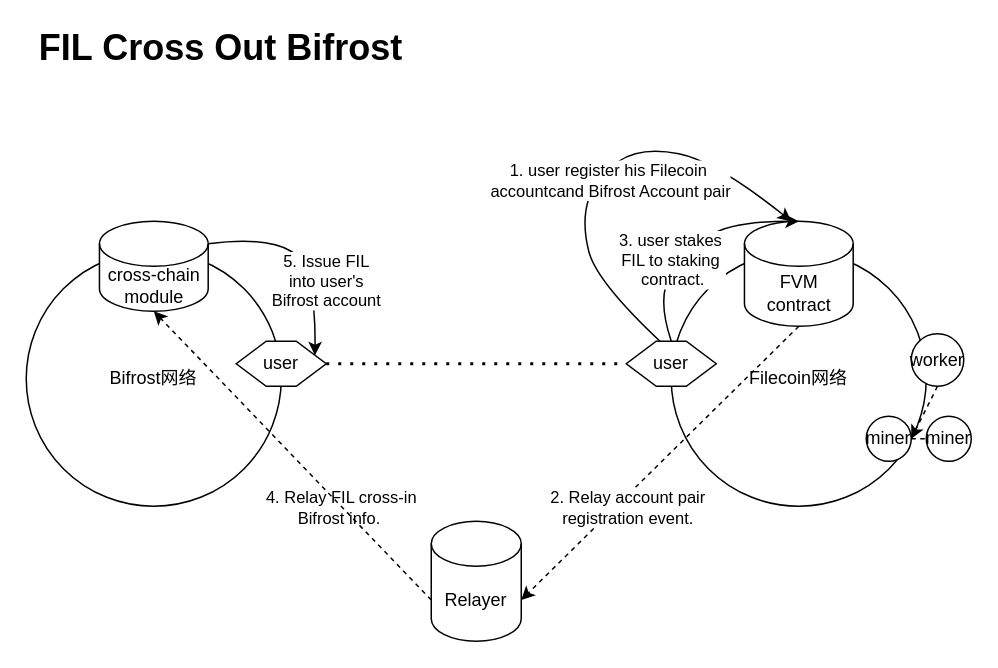
herryho/flowchars keeps this draw.io diagram as vfil-crossout-fvm.drawio. Above is the earlier version. Source tidied: cells renumbered, new cells numbered last; positions are measured from the earlier drawing's top-left corner, leaving out a move shared by most shapes. Both pictures are drawn from the tidied source at 150%, with x=0, y=0 at pixel (26, 26).
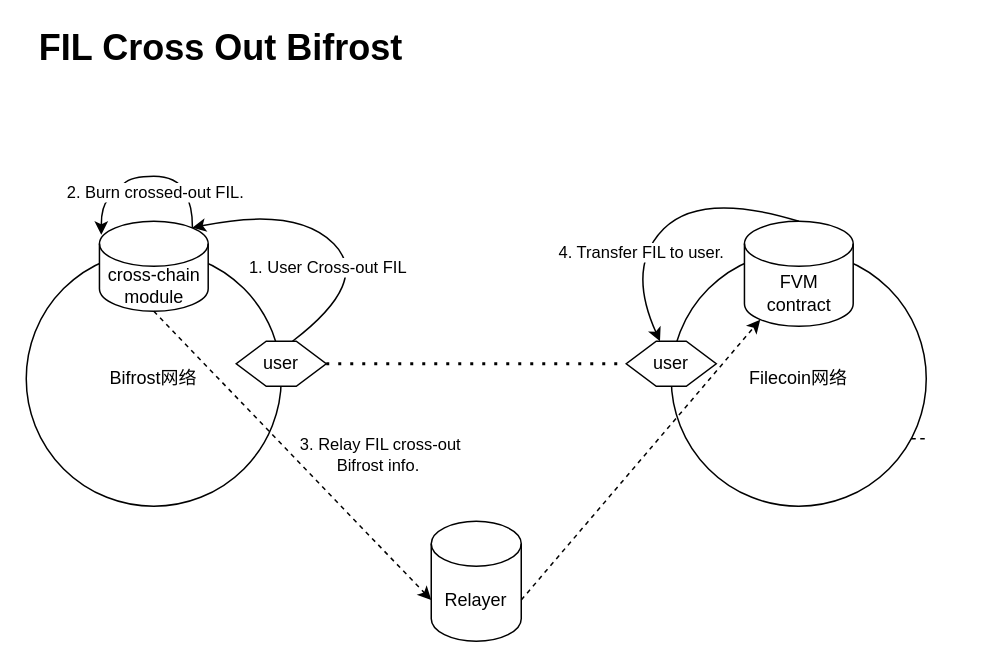
After the change.

Unchanged cells that the change refers to:
```xml
<mxCell id="4" value="user" style="shape=hexagon;perimeter=hexagonPerimeter2;whiteSpace=wrap;html=1;fixedSize=1;" parent="1" vertex="1">
  <mxGeometry x="140" y="210" width="60" height="30" as="geometry" />
</mxCell>
<mxCell id="5" value="user" style="shape=hexagon;perimeter=hexagonPerimeter2;whiteSpace=wrap;html=1;fixedSize=1;" parent="1" vertex="1">
  <mxGeometry x="400" y="210" width="60" height="30" as="geometry" />
</mxCell>
<mxCell id="7" value="FVM contract" style="shape=cylinder3;whiteSpace=wrap;html=1;boundedLbl=1;backgroundOutline=1;size=15;" parent="1" vertex="1">
  <mxGeometry x="478.8" y="130" width="72.5" height="70" as="geometry" />
</mxCell>
<mxCell id="9" value="cross-chain module" style="shape=cylinder3;whiteSpace=wrap;html=1;boundedLbl=1;backgroundOutline=1;size=15;" parent="1" vertex="1">
  <mxGeometry x="48.8" y="130" width="72.5" height="60" as="geometry" />
</mxCell>
<mxCell id="15" value="Relayer" style="shape=cylinder3;whiteSpace=wrap;html=1;boundedLbl=1;backgroundOutline=1;size=15;" parent="1" vertex="1">
  <mxGeometry x="270" y="330" width="60" height="80" as="geometry" />
</mxCell>
```

Diff of the diagram source:
```diff
@@
-    <mxCell id="8" value="worker" style="ellipse;whiteSpace=wrap;html=1;" parent="1" vertex="1">
-      <mxGeometry x="590" y="205" width="35" height="35" as="geometry" />
-    </mxCell>
@@
-    <mxCell id="10" style="curved=1;endArrow=classic;html=1;rounded=0;exitX=0.375;exitY=0;exitDx=0;exitDy=0;" parent="1" edge="1" source="5">
-      <mxGeometry relative="1" as="geometry">
-        <mxPoint x="510" y="130" as="targetPoint" />
-        <Array as="points">
-          <mxPoint x="380" y="170" />
-          <mxPoint x="370" y="130" />
-          <mxPoint x="380" y="100" />
-          <mxPoint x="410" y="80" />
-          <mxPoint x="460" y="90" />
-        </Array>
-      </mxGeometry>
-    </mxCell>
-    <mxCell id="11" value="1. user register his Filecoin&lt;br&gt;&amp;nbsp;accountcand Bifrost Account pair" style="edgeLabel;html=1;align=center;verticalAlign=middle;" parent="10" vertex="1">
-      <mxGeometry x="-0.27" y="9" relative="1" as="geometry">
-        <mxPoint x="25" y="-21" as="offset" />
-      </mxGeometry>
-    </mxCell>
-    <mxCell id="12" style="curved=1;endArrow=classic;html=1;rounded=0;exitX=0.5;exitY=0;exitDx=0;exitDy=0;entryX=0.5;entryY=0;entryDx=0;entryDy=0;entryPerimeter=0;" parent="1" edge="1" source="5" target="7">
-      <mxGeometry relative="1" as="geometry">
-        <Array as="points">
-          <mxPoint x="420" y="180" />
-          <mxPoint x="440" y="150" />
-          <mxPoint x="470" y="130" />
-        </Array>
-      </mxGeometry>
-    </mxCell>
-    <mxCell id="13" value="3. user stakes&amp;nbsp;&lt;br&gt;FIL to staking&amp;nbsp;&lt;br&gt;contract." style="edgeLabel;html=1;align=center;verticalAlign=middle;" parent="12" vertex="1">
-      <mxGeometry x="-0.41" y="-3" relative="1" as="geometry">
-        <mxPoint x="1" y="-16" as="offset" />
-      </mxGeometry>
-    </mxCell>
-    <mxCell id="14" value="5. Issue FIL&lt;br&gt;into user's&lt;br&gt;Bifrost account" style="curved=1;endArrow=classic;html=1;rounded=0;exitX=1;exitY=0;exitDx=0;exitDy=15;exitPerimeter=0;entryX=1;entryY=0.25;entryDx=0;entryDy=0;" parent="1" edge="1" source="9" target="4">
-      <mxGeometry x="0.28" y="7" relative="1" as="geometry">
-        <Array as="points">
-          <mxPoint x="160" y="140" />
-          <mxPoint x="193" y="160" />
-        </Array>
-      </mxGeometry>
-    </mxCell>
@@
-    <mxCell id="16" value="miner" style="ellipse;whiteSpace=wrap;html=1;" parent="1" vertex="1">
-      <mxGeometry x="560" y="260" width="30" height="30" as="geometry" />
-    </mxCell>
-    <mxCell id="17" value="miner" style="ellipse;whiteSpace=wrap;html=1;" parent="1" vertex="1">
-      <mxGeometry x="600" y="260" width="30" height="30" as="geometry" />
-    </mxCell>
-    <mxCell id="18" style="endArrow=none;dashed=1;html=1;rounded=0;exitX=1;exitY=0.5;exitDx=0;exitDy=0;" parent="1" edge="1" source="16">
+    <mxCell id="18" style="endArrow=none;dashed=1;html=1;rounded=0;exitX=1;exitY=0.5;exitDx=0;exitDy=0;" parent="1" edge="1">
       <mxGeometry relative="1" as="geometry">
+        <mxPoint x="590" y="275" as="sourcePoint" />
         <mxPoint x="600" y="275" as="targetPoint" />
       </mxGeometry>
     </mxCell>
-    <mxCell id="19" style="endArrow=classic;html=1;rounded=0;exitX=0.5;exitY=1;exitDx=0;exitDy=0;entryX=1;entryY=0.5;entryDx=0;entryDy=0;dashed=1;" parent="1" edge="1" source="8" target="16">
-      <mxGeometry relative="1" as="geometry" />
-    </mxCell>
-    <mxCell id="20" style="endArrow=classic;html=1;rounded=0;dashed=1;exitX=0.5;exitY=1;exitDx=0;exitDy=0;exitPerimeter=0;entryX=1;entryY=0;entryDx=0;entryDy=52.5;entryPerimeter=0;" parent="1" edge="1" source="7" target="15">
+    <mxCell id="20" style="endArrow=classic;html=1;rounded=0;dashed=1;entryX=0.145;entryY=1;entryDx=0;entryDy=-4.35;entryPerimeter=0;exitX=1;exitY=0;exitDx=0;exitDy=52.5;exitPerimeter=0;" parent="1" edge="1" source="15" target="7">
       <mxGeometry relative="1" as="geometry" />
     </mxCell>
-    <mxCell id="21" value="2. Relay account pair &lt;br&gt;registration event." style="edgeLabel;html=1;align=center;verticalAlign=middle;" parent="20" vertex="1">
-      <mxGeometry x="0.24" relative="1" as="geometry">
-        <mxPoint y="7" as="offset" />
-      </mxGeometry>
-    </mxCell>
-    <mxCell id="22" value="4. Relay FIL cross-in&lt;br&gt;Bifrost info.&amp;nbsp;" style="edgeLabel;html=1;align=center;verticalAlign=middle;" parent="20" vertex="1">
+    <mxCell id="22" value="3. Relay FIL cross-out&lt;br&gt;Bifrost info.&amp;nbsp;" style="edgeLabel;html=1;align=center;verticalAlign=middle;" parent="20" vertex="1">
       <mxGeometry x="0.2" y="-3" relative="1" as="geometry">
         <mxPoint x="-192" y="13" as="offset" />
       </mxGeometry>
     </mxCell>
-    <mxCell id="23" style="endArrow=classic;html=1;rounded=0;dashed=1;exitX=0;exitY=0;exitDx=0;exitDy=52.5;exitPerimeter=0;entryX=0.5;entryY=1;entryDx=0;entryDy=0;entryPerimeter=0;" parent="1" edge="1" source="15" target="9">
+    <mxCell id="23" style="endArrow=classic;html=1;rounded=0;dashed=1;exitX=0.5;exitY=1;exitDx=0;exitDy=0;exitPerimeter=0;entryX=0;entryY=0;entryDx=0;entryDy=52.5;entryPerimeter=0;" parent="1" edge="1" source="9" target="15">
       <mxGeometry relative="1" as="geometry" />
     </mxCell>
@@
+    <mxCell id="25" style="curved=1;endArrow=classic;html=1;rounded=0;entryX=0.855;entryY=0;entryDx=0;entryDy=4.35;entryPerimeter=0;exitX=0.625;exitY=0;exitDx=0;exitDy=0;" parent="1" edge="1" source="4" target="9">
+      <mxGeometry relative="1" as="geometry">
+        <Array as="points">
+          <mxPoint x="230" y="170" />
+          <mxPoint x="180" y="120" />
+        </Array>
+      </mxGeometry>
+    </mxCell>
+    <mxCell id="26" value="1. User Cross-out FIL" style="edgeLabel;html=1;align=center;verticalAlign=middle;" parent="25" vertex="1">
+      <mxGeometry x="0.58" y="4" relative="1" as="geometry">
+        <mxPoint x="46" y="31" as="offset" />
+      </mxGeometry>
+    </mxCell>
+    <mxCell id="27" style="curved=1;endArrow=classic;html=1;rounded=0;exitX=0.855;exitY=0;exitDx=0;exitDy=4.35;exitPerimeter=0;entryX=0.017;entryY=0.15;entryDx=0;entryDy=0;entryPerimeter=0;" parent="1" edge="1" source="9" target="9">
+      <mxGeometry relative="1" as="geometry">
+        <Array as="points">
+          <mxPoint x="111" y="120" />
+          <mxPoint x="100" y="100" />
+          <mxPoint x="70" y="100" />
+          <mxPoint x="60" y="110" />
+          <mxPoint x="50" y="120" />
+        </Array>
+      </mxGeometry>
+    </mxCell>
+    <mxCell id="28" value="2. Burn crossed-out FIL." style="edgeLabel;html=1;align=center;verticalAlign=middle;" parent="27" vertex="1">
+      <mxGeometry relative="1" as="geometry">
+        <mxPoint x="5" y="10" as="offset" />
+      </mxGeometry>
+    </mxCell>
+    <mxCell id="29" style="curved=1;endArrow=classic;html=1;rounded=0;exitX=0.5;exitY=0;exitDx=0;exitDy=0;exitPerimeter=0;entryX=0.375;entryY=0;entryDx=0;entryDy=0;" parent="1" edge="1" source="7" target="5">
+      <mxGeometry relative="1" as="geometry">
+        <Array as="points">
+          <mxPoint x="450" y="110" />
+          <mxPoint x="400" y="160" />
+        </Array>
+      </mxGeometry>
+    </mxCell>
+    <mxCell id="30" value="4. Transfer FIL to user." style="edgeLabel;html=1;align=center;verticalAlign=middle;" parent="29" vertex="1">
+      <mxGeometry x="-0.22" y="7" relative="1" as="geometry">
+        <mxPoint x="-40" y="30" as="offset" />
+      </mxGeometry>
+    </mxCell>
```
